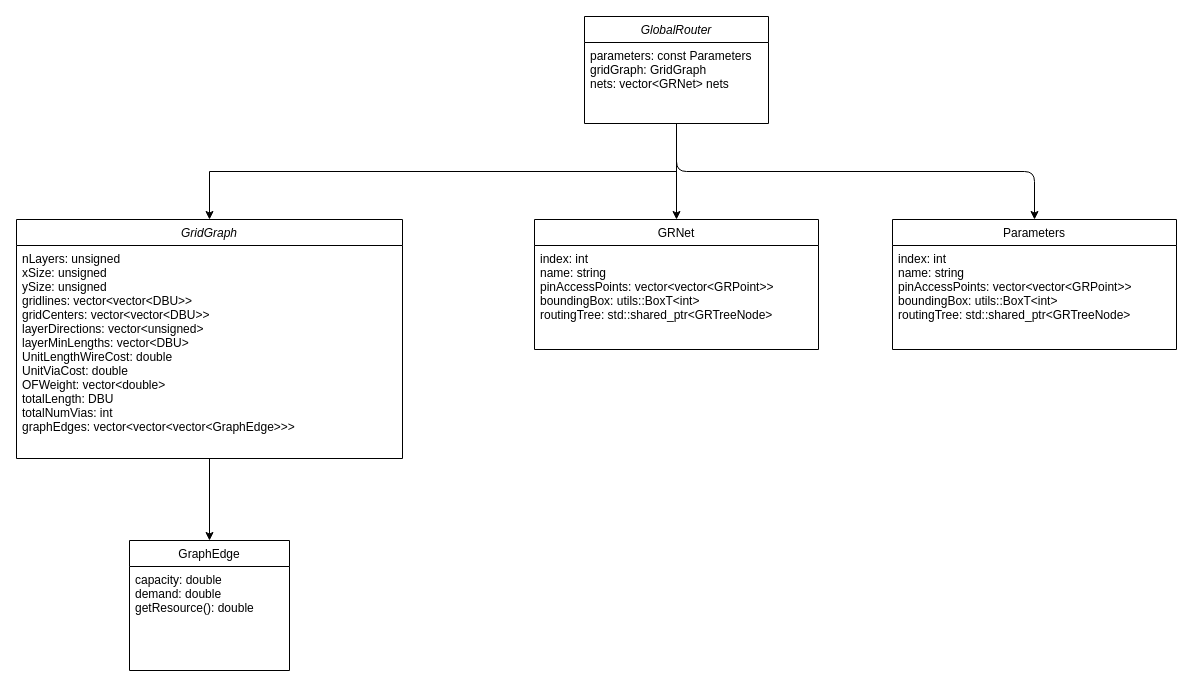
The draw.io diagram page "GlobalRouter" (2 of 2) of Interface.drawio in Alanhsiu/NTUGR, before the edit. Source tidied: cells renumbered, new cells numbered last; positions are measured from the earlier drawing's top-left corner, leaving out a move shared by most shapes. Both pictures are drawn from the tidied source at 100%, with x=0, y=0 at pixel (16, 16).
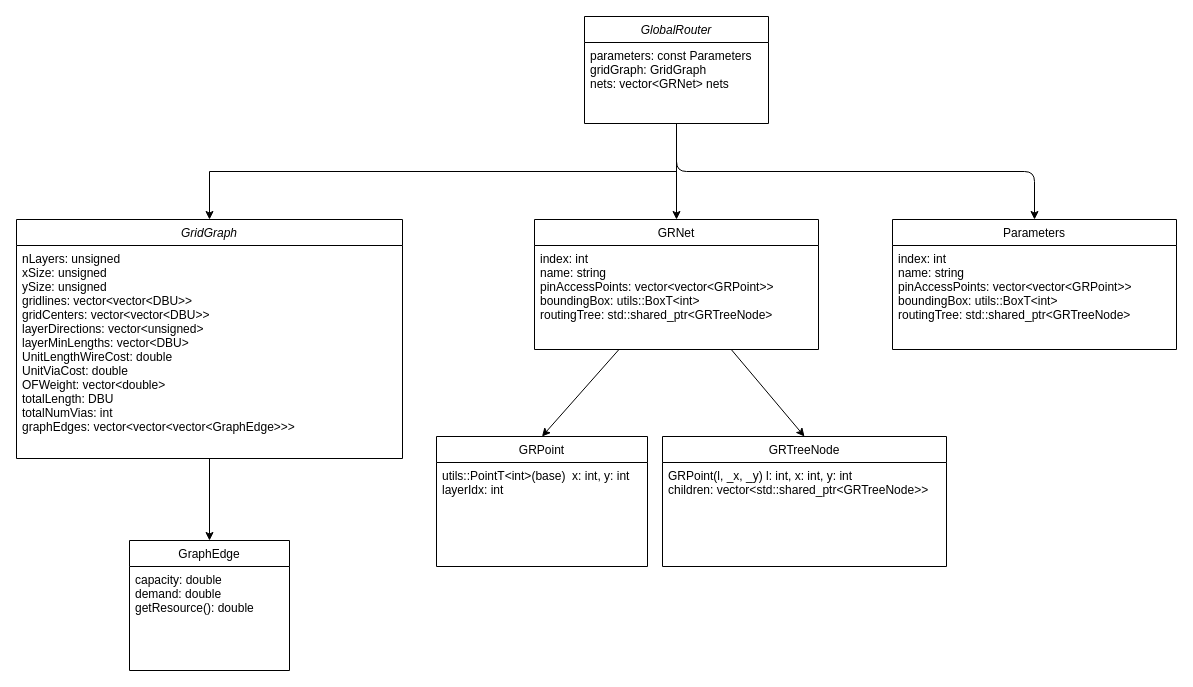
After the change.

The change refers to these unchanged cells:
```xml
<mxCell id="12" value="GRNet" style="swimlane;fontStyle=0;align=center;verticalAlign=top;horizontal=1;startSize=26;rounded=0;shadow=0;strokeWidth=1;" parent="1" vertex="1">
  <mxGeometry x="518" y="203" width="284" height="130" as="geometry" />
</mxCell>
```

What changed in the source:
```diff
@@
+    <mxCell id="16" style="edgeStyle=none;html=1;entryX=0.5;entryY=0;entryDx=0;entryDy=0;" parent="1" edge="1" source="12" target="18">
+      <mxGeometry relative="1" as="geometry" />
+    </mxCell>
+    <mxCell id="17" style="edgeStyle=none;html=1;entryX=0.5;entryY=0;entryDx=0;entryDy=0;" parent="1" edge="1" source="12" target="20">
+      <mxGeometry relative="1" as="geometry" />
+    </mxCell>
@@
+    <mxCell id="18" value="GRPoint" style="swimlane;fontStyle=0;align=center;verticalAlign=top;horizontal=1;startSize=26;rounded=0;shadow=0;strokeWidth=1;" parent="1" vertex="1">
+      <mxGeometry x="420" y="420" width="211" height="130" as="geometry" />
+    </mxCell>
+    <mxCell id="19" value="utils::PointT&lt;int&gt;(base)  x: int, y: int&#10;layerIdx: int" style="text;align=left;verticalAlign=top;spacingLeft=4;spacingRight=4;overflow=hidden;" parent="18" vertex="1">
+      <mxGeometry y="26" width="211" height="104" as="geometry" />
+    </mxCell>
+    <mxCell id="20" value="GRTreeNode" style="swimlane;fontStyle=0;align=center;verticalAlign=top;horizontal=1;startSize=26;rounded=0;shadow=0;strokeWidth=1;" parent="1" vertex="1">
+      <mxGeometry x="646" y="420" width="284" height="130" as="geometry" />
+    </mxCell>
+    <mxCell id="21" value="GRPoint(l, _x, _y) l: int, x: int, y: int&#10;children: vector&lt;std::shared_ptr&lt;GRTreeNode&gt;&gt;" style="text;align=left;verticalAlign=top;spacingLeft=4;spacingRight=4;overflow=hidden;" parent="20" vertex="1">
+      <mxGeometry y="26" width="284" height="104" as="geometry" />
+    </mxCell>
```
